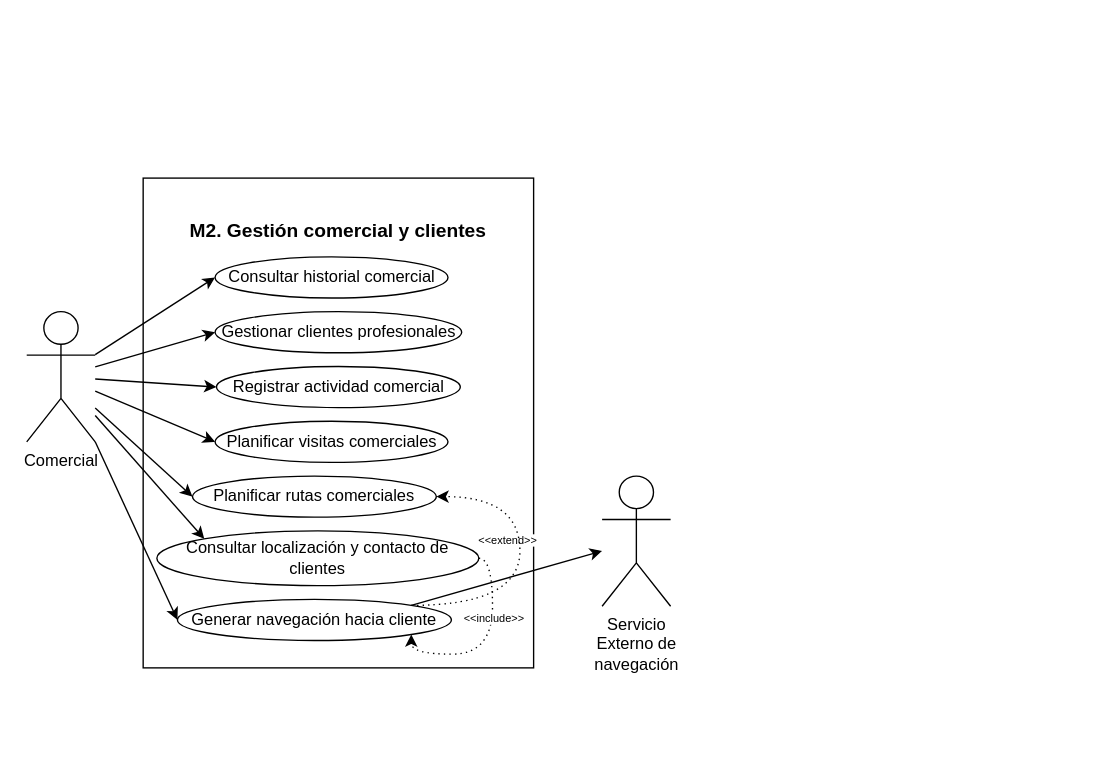
Earlier version of the draw.io diagram docs/figures/UML/CasosDeUso/M2_CasosDeUso.drawio (asanzhuerta/app-tfg). Source tidied: cells renumbered, new cells numbered last; positions are measured from the earlier drawing's top-left corner, leaving out a move shared by most shapes. Both pictures are drawn from the tidied source at 137%, with x=0, y=0 at pixel (26, 177).
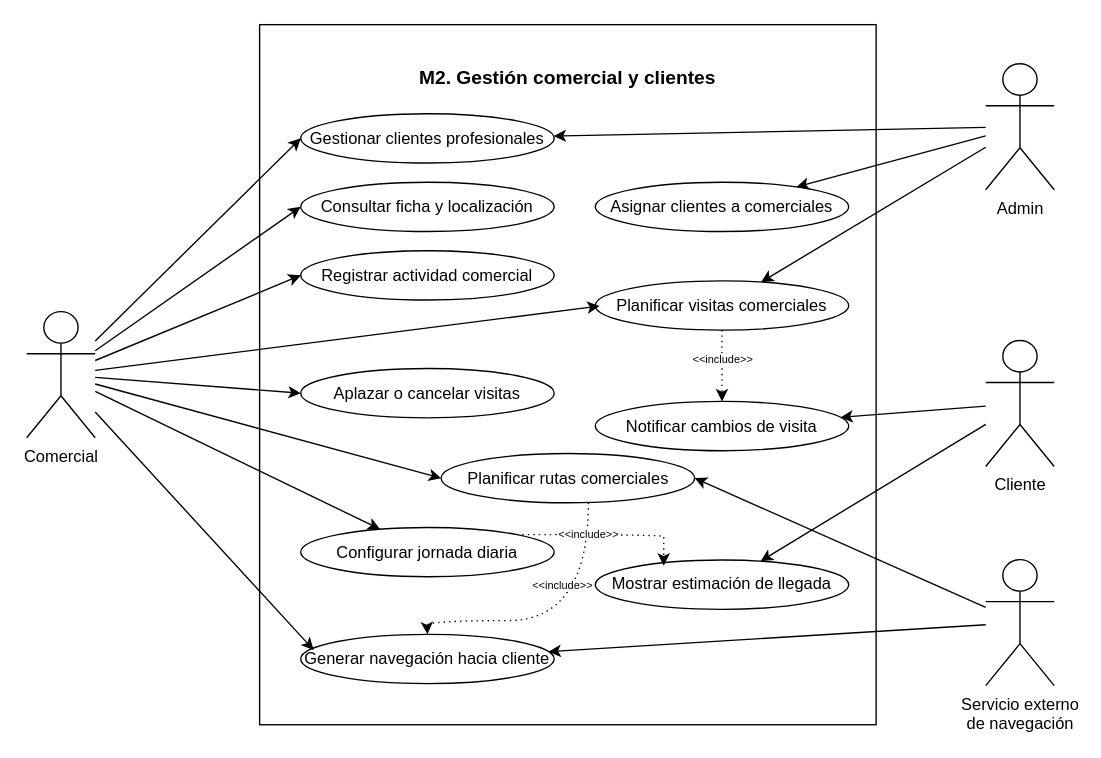
After the change.

Diff of the diagram source:
```diff
@@
+    <mxCell id="4" style="group;" parent="1" vertex="1">
+      <mxGeometry x="170" y="-111.5" width="450" height="511" as="geometry" />
+    </mxCell>
-    <mxCell id="2" value="&lt;h1&gt;&lt;font style=&quot;font-size: 14px;&quot;&gt;M2. Gestión comercial y clientes&lt;/font&gt;&lt;/h1&gt;" style="rounded=0;whiteSpace=wrap;html=1;verticalAlign=top;spacing=0;labelPosition=center;verticalLabelPosition=middle;align=center;" parent="1" vertex="1">
-      <mxGeometry x="85" y="0.5" width="285" height="357.5" as="geometry" />
+    <mxCell id="2" value="&lt;h1&gt;&lt;font style=&quot;font-size: 14px;&quot;&gt;M2. Gestión comercial y clientes&lt;/font&gt;&lt;/h1&gt;" style="rounded=0;whiteSpace=wrap;html=1;verticalAlign=top;spacing=0;labelPosition=center;verticalLabelPosition=middle;align=center;" parent="4" vertex="1">
+      <mxGeometry width="450" height="511" as="geometry" />
     </mxCell>
+    <mxCell id="24" value="Asignar clientes a comerciales" style="ellipse;whiteSpace=wrap;html=1;" parent="4" vertex="1">
+      <mxGeometry x="245" y="115" width="185" height="36" as="geometry" />
+    </mxCell>
+    <mxCell id="9" value="Planificar visitas comerciales" style="ellipse;whiteSpace=wrap;html=1;" parent="4" vertex="1">
+      <mxGeometry x="245" y="187" width="185" height="36" as="geometry" />
+    </mxCell>
+    <mxCell id="13" value="Planificar rutas comerciales" style="ellipse;whiteSpace=wrap;html=1;" parent="4" vertex="1">
+      <mxGeometry x="132.5" y="313" width="185" height="36" as="geometry" />
+    </mxCell>
+    <mxCell id="25" value="Mostrar estimación de llegada" style="ellipse;whiteSpace=wrap;html=1;" parent="4" vertex="1">
+      <mxGeometry x="245" y="390.8" width="185" height="36" as="geometry" />
+    </mxCell>
+    <mxCell id="26" value="Notificar cambios de visita" style="ellipse;whiteSpace=wrap;html=1;" parent="4" vertex="1">
+      <mxGeometry x="245" y="275" width="185" height="36" as="geometry" />
+    </mxCell>
+    <mxCell id="27" style="endArrow=classic;dashed=1;html=1;dashPattern=1 3;strokeWidth=1;rounded=0;endFill=1;edgeStyle=orthogonalEdgeStyle;curved=1;" parent="4" edge="1" source="9" target="26">
+      <mxGeometry relative="1" as="geometry" />
+    </mxCell>
+    <mxCell id="28" value="&lt;span style=&quot;color: rgb(0, 0, 0);&quot;&gt;&amp;lt;&amp;lt;include&amp;gt;&amp;gt;&lt;/span&gt;" style="edgeLabel;html=1;align=center;verticalAlign=middle;fontSize=8;" parent="27" vertex="1">
+      <mxGeometry x="-0.2" relative="1" as="geometry" />
+    </mxCell>
+    <mxCell id="29" style="endArrow=classic;dashed=1;html=1;dashPattern=1 3;strokeWidth=1;rounded=0;endFill=1;edgeStyle=orthogonalEdgeStyle;curved=1;" parent="4" edge="1" source="13" target="16">
+      <mxGeometry relative="1" as="geometry">
+        <Array as="points">
+          <mxPoint x="240" y="435" />
+          <mxPoint x="122" y="435" />
+        </Array>
+      </mxGeometry>
+    </mxCell>
+    <mxCell id="30" value="&lt;span style=&quot;color: rgb(0, 0, 0);&quot;&gt;&amp;lt;&amp;lt;include&amp;gt;&amp;gt;&lt;/span&gt;" style="edgeLabel;html=1;align=center;verticalAlign=middle;fontSize=8;" parent="29" vertex="1">
+      <mxGeometry x="-0.2" relative="1" as="geometry">
+        <mxPoint x="-20" y="-26" as="offset" />
+      </mxGeometry>
+    </mxCell>
+    <mxCell id="31" style="endArrow=classic;dashed=1;html=1;dashPattern=1 3;strokeWidth=1;rounded=0;endFill=1;exitX=1;exitY=0;exitDx=0;exitDy=0;edgeStyle=orthogonalEdgeStyle;curved=1;entryX=0.27;entryY=0.113;entryDx=0;entryDy=0;entryPerimeter=0;" parent="4" edge="1" source="32" target="25">
+      <mxGeometry relative="1" as="geometry">
+        <Array as="points">
+          <mxPoint x="295" y="372" />
+          <mxPoint x="295" y="375" />
+        </Array>
+      </mxGeometry>
+    </mxCell>
+    <mxCell id="23" value="&amp;lt;&amp;lt;include&amp;gt;&amp;gt;" style="edgeLabel;html=1;align=center;verticalAlign=middle;fontSize=8;" parent="31" vertex="1">
+      <mxGeometry x="-0.2" relative="1" as="geometry" />
+    </mxCell>
+    <mxCell id="32" value="Configurar jornada diaria" style="ellipse;whiteSpace=wrap;html=1;" parent="4" vertex="1">
+      <mxGeometry x="30" y="367" width="185" height="36" as="geometry" />
+    </mxCell>
+    <mxCell id="16" value="Generar navegación hacia cliente" style="ellipse;whiteSpace=wrap;html=1;" parent="4" vertex="1">
+      <mxGeometry x="30" y="445" width="185" height="36" as="geometry" />
+    </mxCell>
+    <mxCell id="33" style="group;" parent="4" vertex="1">
+      <mxGeometry x="30" y="65" width="185" height="186" as="geometry" />
+    </mxCell>
+    <mxCell id="11" value="Gestionar clientes profesionales" style="ellipse;whiteSpace=wrap;html=1;" parent="33" vertex="1">
+      <mxGeometry width="185" height="36" as="geometry" />
+    </mxCell>
+    <mxCell id="34" value="Consultar ficha y localización" style="ellipse;whiteSpace=wrap;html=1;" parent="33" vertex="1">
+      <mxGeometry y="50" width="185" height="36" as="geometry" />
+    </mxCell>
+    <mxCell id="12" value="Registrar actividad comercial" style="ellipse;whiteSpace=wrap;html=1;" parent="33" vertex="1">
+      <mxGeometry y="100" width="185" height="36" as="geometry" />
+    </mxCell>
+    <mxCell id="35" value="Aplazar o cancelar visitas" style="ellipse;whiteSpace=wrap;html=1;" parent="4" vertex="1">
+      <mxGeometry x="30" y="251" width="185" height="36" as="geometry" />
+    </mxCell>
+    <mxCell id="8" value="Comercial" style="shape=umlActor;verticalLabelPosition=bottom;verticalAlign=top;html=1;outlineConnect=0;" parent="1" vertex="1">
+      <mxGeometry y="98" width="50" height="92" as="geometry" />
+    </mxCell>
+    <mxCell id="5" style="rounded=0;jettySize=auto;html=1;entryX=0;entryY=0.5;entryDx=0;entryDy=0;" parent="1" edge="1" source="8" target="11">
+      <mxGeometry relative="1" as="geometry" />
+    </mxCell>
+    <mxCell id="36" style="rounded=0;jettySize=auto;html=1;entryX=0;entryY=0.5;entryDx=0;entryDy=0;" parent="1" edge="1" source="8" target="34">
+      <mxGeometry relative="1" as="geometry" />
+    </mxCell>
+    <mxCell id="6" style="rounded=0;jettySize=auto;html=1;entryX=0;entryY=0.5;entryDx=0;entryDy=0;" parent="1" edge="1" source="8" target="12">
+      <mxGeometry relative="1" as="geometry" />
+    </mxCell>
+    <mxCell id="37" style="rounded=0;jettySize=auto;html=1;entryX=0.017;entryY=0.51;entryDx=0;entryDy=0;entryPerimeter=0;" parent="1" edge="1" source="8" target="9">
+      <mxGeometry relative="1" as="geometry" />
+    </mxCell>
+    <mxCell id="38" style="rounded=0;jettySize=auto;html=1;entryX=0;entryY=0.5;entryDx=0;entryDy=0;" parent="1" edge="1" source="8" target="35">
+      <mxGeometry relative="1" as="geometry" />
+    </mxCell>
+    <mxCell id="39" style="rounded=0;jettySize=auto;html=1;" parent="1" edge="1" source="8" target="32">
+      <mxGeometry relative="1" as="geometry" />
+    </mxCell>
+    <mxCell id="7" style="rounded=0;jettySize=auto;html=1;entryX=0;entryY=0.5;entryDx=0;entryDy=0;" parent="1" edge="1" source="8" target="13">
+      <mxGeometry relative="1" as="geometry" />
+    </mxCell>
+    <mxCell id="18" style="rounded=0;jettySize=auto;html=1;entryX=0.051;entryY=0.319;entryDx=0;entryDy=0;entryPerimeter=0;" parent="1" edge="1" source="8" target="16">
+      <mxGeometry relative="1" as="geometry" />
+    </mxCell>
+    <mxCell id="40" style="rounded=0;jettySize=auto;html=1;" parent="1" edge="1" source="47" target="25">
+      <mxGeometry relative="1" as="geometry" />
+    </mxCell>
+    <mxCell id="41" style="rounded=0;jettySize=auto;html=1;" parent="1" edge="1" source="47" target="26">
+      <mxGeometry relative="1" as="geometry" />
+    </mxCell>
+    <mxCell id="42" style="rounded=0;jettySize=auto;html=1;" parent="1" edge="1" source="48" target="11">
+      <mxGeometry relative="1" as="geometry" />
+    </mxCell>
+    <mxCell id="43" style="rounded=0;jettySize=auto;html=1;" parent="1" edge="1" source="48" target="24">
+      <mxGeometry relative="1" as="geometry" />
+    </mxCell>
+    <mxCell id="44" style="rounded=0;jettySize=auto;html=1;" parent="1" edge="1" source="48" target="9">
+      <mxGeometry relative="1" as="geometry" />
+    </mxCell>
+    <mxCell id="45" style="rounded=0;jettySize=auto;html=1;entryX=1;entryY=0.5;entryDx=0;entryDy=0;" parent="1" edge="1" source="49" target="13">
+      <mxGeometry relative="1" as="geometry" />
+    </mxCell>
+    <mxCell id="46" style="rounded=0;jettySize=auto;html=1;" parent="1" edge="1" source="49" target="16">
+      <mxGeometry relative="1" as="geometry" />
+    </mxCell>
-    <mxCell id="3" style="edgeStyle=none;html=1;entryX=0;entryY=0.5;entryDx=0;entryDy=0;" parent="1" edge="1" source="8" target="9">
-      <mxGeometry relative="1" as="geometry" />
+    <mxCell id="3" style="group;" parent="1" vertex="1">
+      <mxGeometry x="700" y="-83" width="50" height="454" as="geometry" />
     </mxCell>
-    <mxCell id="4" style="edgeStyle=none;html=1;entryX=0;entryY=0.5;entryDx=0;entryDy=0;" parent="1" edge="1" source="8" target="10">
-      <mxGeometry relative="1" as="geometry" />
-    </mxCell>
-    <mxCell id="5" style="edgeStyle=none;html=1;entryX=0;entryY=0.5;entryDx=0;entryDy=0;" parent="1" edge="1" source="8" target="11">
-      <mxGeometry relative="1" as="geometry" />
-    </mxCell>
-    <mxCell id="6" style="edgeStyle=none;html=1;entryX=0;entryY=0.5;entryDx=0;entryDy=0;" parent="1" edge="1" source="8" target="12">
-      <mxGeometry relative="1" as="geometry" />
-    </mxCell>
-    <mxCell id="7" style="edgeStyle=none;html=1;entryX=0;entryY=0.5;entryDx=0;entryDy=0;" parent="1" edge="1" source="8" target="13">
-      <mxGeometry relative="1" as="geometry" />
-    </mxCell>
-    <mxCell id="8" value="Comercial" style="shape=umlActor;verticalLabelPosition=bottom;verticalAlign=top;html=1;outlineConnect=0;" parent="1" vertex="1">
-      <mxGeometry y="98" width="50" height="95" as="geometry" />
-    </mxCell>
-    <mxCell id="9" value="Planificar visitas comerciales" style="ellipse;whiteSpace=wrap;html=1;" parent="1" vertex="1">
-      <mxGeometry x="137.5" y="178" width="170" height="30" as="geometry" />
-    </mxCell>
-    <mxCell id="10" value="Consultar historial comercial" style="ellipse;whiteSpace=wrap;html=1;" parent="1" vertex="1">
-      <mxGeometry x="137.5" y="58" width="170" height="30" as="geometry" />
-    </mxCell>
-    <mxCell id="11" value="Gestionar clientes profesionales" style="ellipse;whiteSpace=wrap;html=1;" parent="1" vertex="1">
-      <mxGeometry x="137.5" y="98" width="180" height="30" as="geometry" />
-    </mxCell>
-    <mxCell id="12" value="Registrar actividad comercial" style="ellipse;whiteSpace=wrap;html=1;" parent="1" vertex="1">
-      <mxGeometry x="138.5" y="138" width="178" height="30" as="geometry" />
-    </mxCell>
-    <mxCell id="13" value="Planificar rutas comerciales" style="ellipse;whiteSpace=wrap;html=1;" parent="1" vertex="1">
-      <mxGeometry x="121" y="218" width="178" height="30" as="geometry" />
-    </mxCell>
-    <mxCell id="14" value="Servicio&lt;br&gt;Externo de&lt;br&gt;navegación" style="shape=umlActor;verticalLabelPosition=bottom;verticalAlign=top;html=1;outlineConnect=0;" parent="1" vertex="1">
-      <mxGeometry x="420" y="218" width="50" height="95" as="geometry" />
-    </mxCell>
-    <mxCell id="15" value="Consultar localización y contacto de clientes" style="ellipse;whiteSpace=wrap;html=1;" parent="1" vertex="1">
-      <mxGeometry x="95" y="258" width="235" height="40" as="geometry" />
-    </mxCell>
-    <mxCell id="16" value="Generar navegación hacia cliente" style="ellipse;whiteSpace=wrap;html=1;" parent="1" vertex="1">
-      <mxGeometry x="110" y="308" width="200" height="30" as="geometry" />
-    </mxCell>
-    <mxCell id="17" style="edgeStyle=none;html=1;entryX=0;entryY=0;entryDx=0;entryDy=0;" parent="1" edge="1" source="8" target="15">
-      <mxGeometry relative="1" as="geometry" />
-    </mxCell>
-    <mxCell id="18" style="edgeStyle=none;html=1;entryX=0;entryY=0.5;entryDx=0;entryDy=0;exitX=1;exitY=1;exitDx=0;exitDy=0;exitPerimeter=0;" parent="1" edge="1" source="8" target="16">
-      <mxGeometry relative="1" as="geometry" />
-    </mxCell>
-    <mxCell id="19" style="edgeStyle=none;html=1;exitX=1;exitY=0;exitDx=0;exitDy=0;" parent="1" edge="1" source="16" target="14">
-      <mxGeometry relative="1" as="geometry" />
-    </mxCell>
-    <mxCell id="20" style="endArrow=classic;dashed=1;html=1;dashPattern=1 3;strokeWidth=1;rounded=0;exitX=1;exitY=0.5;exitDx=0;exitDy=0;endFill=1;startSize=4;endSize=6;edgeStyle=orthogonalEdgeStyle;curved=1;entryX=1;entryY=1;entryDx=0;entryDy=0;" parent="1" edge="1" source="15" target="16">
-      <mxGeometry relative="1" as="geometry">
-        <Array as="points">
-          <mxPoint x="340" y="278" />
-          <mxPoint x="340" y="348" />
-          <mxPoint x="281" y="348" />
-        </Array>
-      </mxGeometry>
-    </mxCell>
-    <mxCell id="21" value="&amp;lt;&amp;lt;extend&amp;gt;&amp;gt;" style="edgeLabel;html=1;align=center;verticalAlign=middle;fontSize=8;" parent="20" vertex="1">
-      <mxGeometry x="-0.26" relative="1" as="geometry">
-        <mxPoint x="10" y="-61" as="offset" />
-      </mxGeometry>
-    </mxCell>
-    <mxCell id="22" style="endArrow=classic;dashed=1;html=1;dashPattern=1 3;strokeWidth=1;rounded=0;exitX=1;exitY=0;exitDx=0;exitDy=0;entryX=1;entryY=0.5;entryDx=0;entryDy=0;endFill=1;startSize=4;endSize=6;edgeStyle=orthogonalEdgeStyle;curved=1;" parent="1" edge="1" source="16" target="13">
-      <mxGeometry relative="1" as="geometry">
-        <Array as="points">
-          <mxPoint x="360" y="312" />
-          <mxPoint x="360" y="233" />
-        </Array>
-      </mxGeometry>
-    </mxCell>
-    <mxCell id="23" value="&amp;lt;&amp;lt;include&amp;gt;&amp;gt;" style="edgeLabel;html=1;align=center;verticalAlign=middle;fontSize=8;" parent="22" vertex="1">
-      <mxGeometry x="-0.26" relative="1" as="geometry">
-        <mxPoint x="-20" y="11" as="offset" />
-      </mxGeometry>
-    </mxCell>
+    <mxCell id="47" value="Cliente" style="shape=umlActor;verticalLabelPosition=bottom;verticalAlign=top;html=1;outlineConnect=0;" parent="3" vertex="1">
+      <mxGeometry y="202" width="50" height="92" as="geometry" />
+    </mxCell>
+    <mxCell id="48" value="Admin" style="shape=umlActor;verticalLabelPosition=bottom;verticalAlign=top;html=1;outlineConnect=0;" parent="3" vertex="1">
+      <mxGeometry width="50" height="92" as="geometry" />
+    </mxCell>
+    <mxCell id="49" value="Servicio externo&lt;br&gt;de navegación" style="shape=umlActor;verticalLabelPosition=bottom;verticalAlign=top;html=1;outlineConnect=0;" parent="3" vertex="1">
+      <mxGeometry y="362" width="50" height="92" as="geometry" />
+    </mxCell>
```
